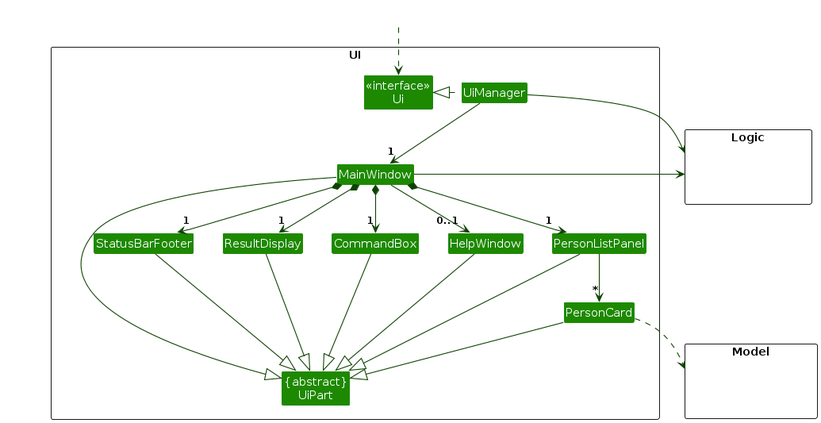
The PlantUML diagram diagrams/UiClassDiagram.png in AY2627S1-CS2103T-F08-3/tp, before a commit. Its source is kept beside it as diagrams/UiClassDiagram.puml. The source it was exported from:
```plantuml
@startuml
!include style.puml
skinparam arrowThickness 1.1
skinparam arrowColor UI_COLOR_T4
skinparam classBackgroundColor UI_COLOR

package UI <<Rectangle>>{
Class "<<interface>>\nUi" as Ui
Class "{abstract}\nUiPart" as UiPart
Class UiManager
Class MainWindow
Class HelpWindow
Class ResultDisplay
Class PersonListPanel
Class PersonCard
Class StatusBarFooter
Class CommandBox
}

package Model <<Rectangle>> {
Class HiddenModel #FFFFFF
}

package Logic <<Rectangle>> {
Class HiddenLogic #FFFFFF
}

Class HiddenOutside #FFFFFF
HiddenOutside ..> Ui

UiManager .left.|> Ui
UiManager -down-> "1" MainWindow
MainWindow *-down->  "1" CommandBox
MainWindow *-down-> "1" ResultDisplay
MainWindow *-down-> "1" PersonListPanel
MainWindow *-down-> "1" StatusBarFooter
MainWindow --> "0..1" HelpWindow

PersonListPanel -down-> "*" PersonCard

MainWindow -left-|> UiPart

ResultDisplay --|> UiPart
CommandBox --|> UiPart
PersonListPanel --|> UiPart
PersonCard --|> UiPart
StatusBarFooter --|> UiPart
HelpWindow --|> UiPart

PersonCard ..> Model
UiManager -right-> Logic
MainWindow -left-> Logic

PersonListPanel -[hidden]left- HelpWindow
HelpWindow -[hidden]left- CommandBox
CommandBox -[hidden]left- ResultDisplay
ResultDisplay -[hidden]left- StatusBarFooter

MainWindow -[hidden]-|> UiPart
@enduml
```
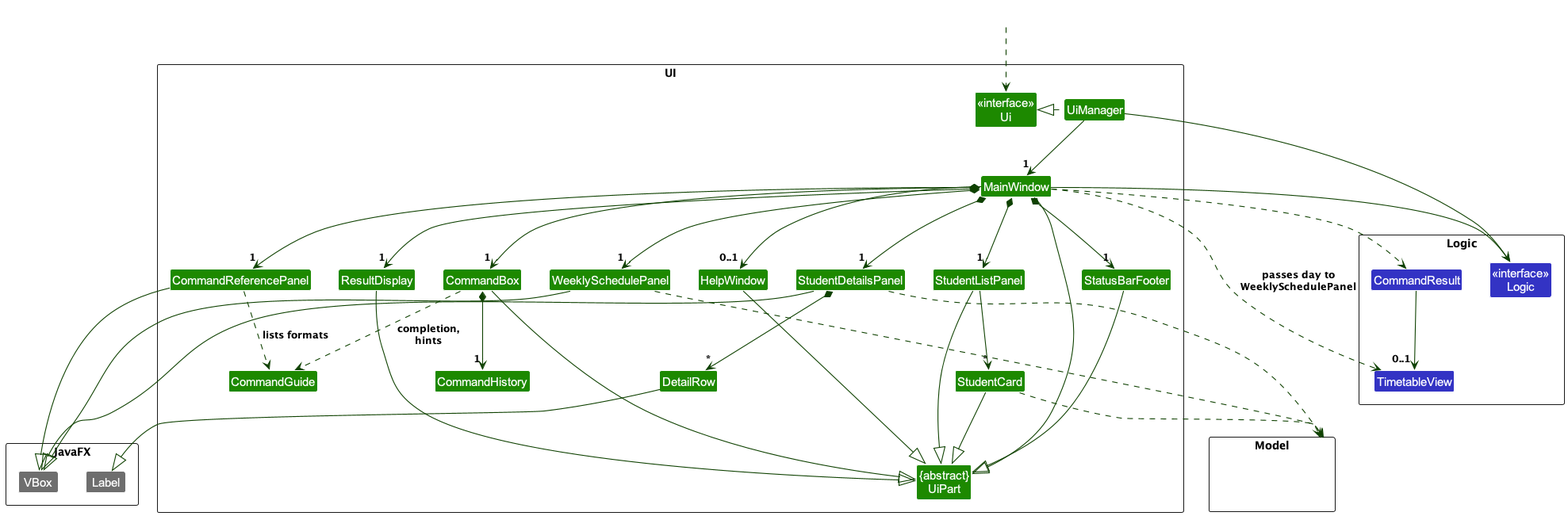
The same diagram one commit later.

Diff of the diagram source:
```diff
@@ -11,10 +11,21 @@
 Class MainWindow
 Class HelpWindow
 Class ResultDisplay
-Class PersonListPanel
-Class PersonCard
+Class StudentListPanel
+Class StudentCard
+Class StudentDetailsPanel
+Class WeeklySchedulePanel
 Class StatusBarFooter
 Class CommandBox
+Class CommandHistory
+Class CommandGuide
+Class CommandReferencePanel
+Class DetailRow
+}
+
+package JavaFX <<Rectangle>> {
+Class VBox #6E6E6E
+Class Label #6E6E6E
 }
 
 package Model <<Rectangle>> {
@@ -22,7 +33,9 @@
 }
 
 package Logic <<Rectangle>> {
-Class HiddenLogic #FFFFFF
+Class "<<interface>>\nLogic" as LogicApi LOGIC_COLOR
+Class CommandResult LOGIC_COLOR
+Class TimetableView LOGIC_COLOR
 }
 
 Class HiddenOutside #FFFFFF
@@ -30,28 +43,44 @@
 
 UiManager .left.|> Ui
 UiManager -down-> "1" MainWindow
-MainWindow *-down->  "1" CommandBox
+MainWindow *-down-> "1" CommandBox
 MainWindow *-down-> "1" ResultDisplay
-MainWindow *-down-> "1" PersonListPanel
+MainWindow *-down-> "1" StudentListPanel
+MainWindow *-down-> "1" StudentDetailsPanel
+MainWindow *-down-> "1" WeeklySchedulePanel
 MainWindow *-down-> "1" StatusBarFooter
 MainWindow --> "0..1" HelpWindow
+MainWindow *-down-> "1" CommandReferencePanel
+CommandBox *-down-> "1" CommandHistory
+CommandBox ..> CommandGuide : completion,\nhints
+CommandReferencePanel ..> CommandGuide : lists formats
+StudentDetailsPanel *-down-> "*" DetailRow
 
-PersonListPanel -down-> "*" PersonCard
+StudentListPanel -down-> "*" StudentCard
 
 MainWindow -left-|> UiPart
-
 ResultDisplay --|> UiPart
 CommandBox --|> UiPart
-PersonListPanel --|> UiPart
-PersonCard --|> UiPart
+StudentListPanel --|> UiPart
+StudentCard --|> UiPart
 StatusBarFooter --|> UiPart
 HelpWindow --|> UiPart
+StudentDetailsPanel --|> VBox
+WeeklySchedulePanel --|> VBox
+CommandReferencePanel --|> VBox
+DetailRow --|> Label
 
-PersonCard ..> Model
-UiManager -right-> Logic
-MainWindow -left-> Logic
+StudentCard ..> Model
+StudentDetailsPanel ..> Model
+WeeklySchedulePanel ..> Model
 
-PersonListPanel -[hidden]left- HelpWindow
+UiManager -right-> LogicApi
+MainWindow -right-> LogicApi
+MainWindow ..> CommandResult
+CommandResult --> "0..1" TimetableView
+MainWindow ..> TimetableView : passes day to\nWeeklySchedulePanel
+
+StudentListPanel -[hidden]left- HelpWindow
 HelpWindow -[hidden]left- CommandBox
 CommandBox -[hidden]left- ResultDisplay
 ResultDisplay -[hidden]left- StatusBarFooter
```
